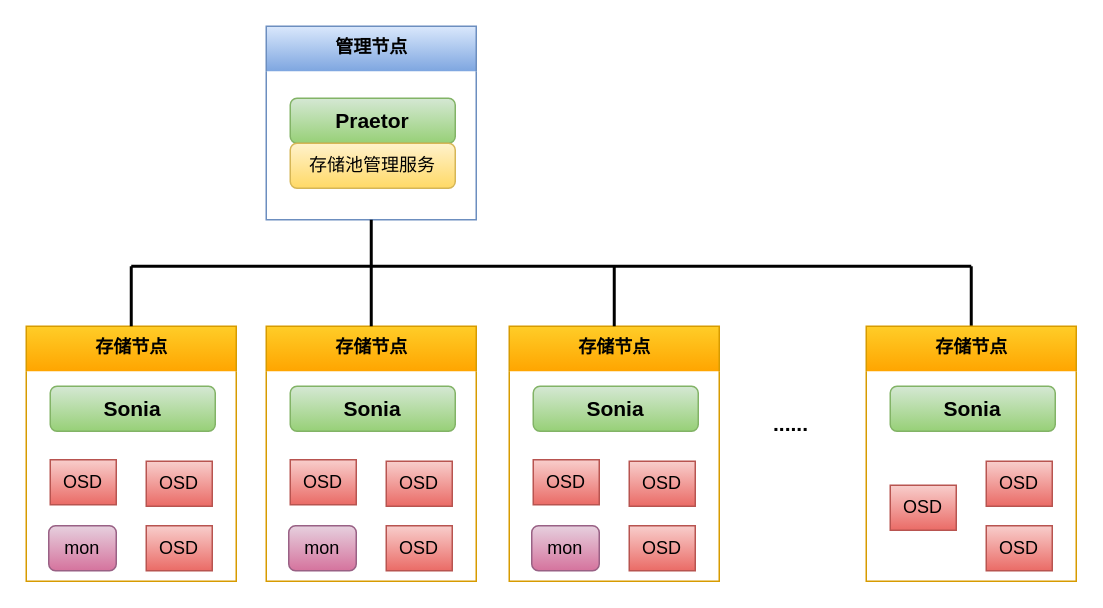
The draw.io diagram architech_12.drawio in snowolfhawk/ceph-scripts, before the edit. Source tidied: cells renumbered, new cells numbered last; positions are measured from the earlier drawing's top-left corner, leaving out a move shared by most shapes. Both pictures are drawn from the tidied source at 150%, with x=0, y=0 at pixel (26, 26).
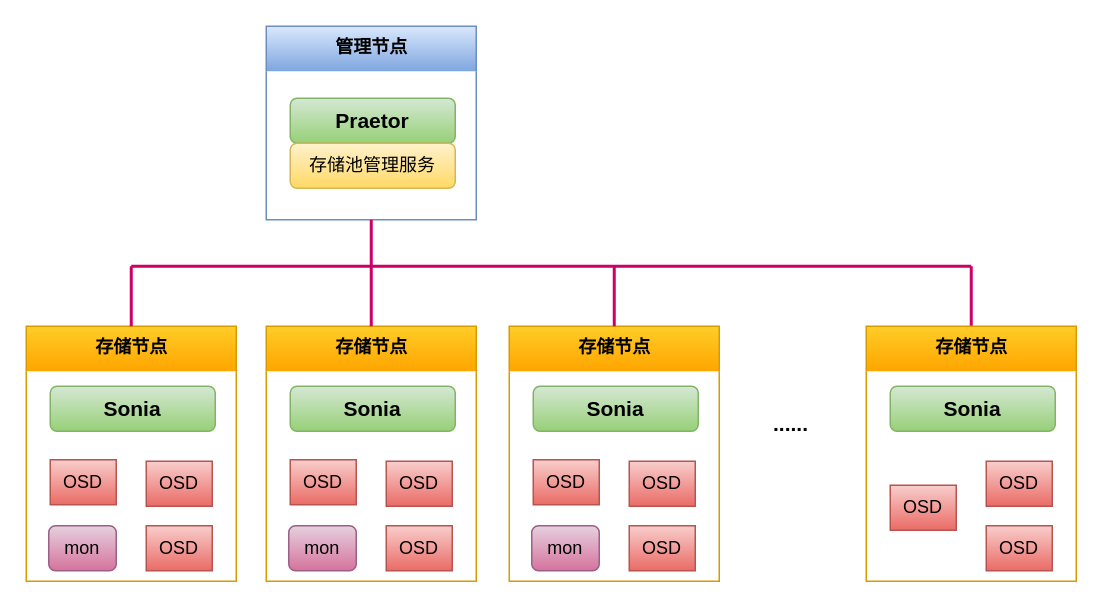
After the change.

Unchanged cells that the change refers to:
```xml
<mxCell id="2" style="group;" parent="1" vertex="1">
  <mxGeometry width="700" height="370" as="geometry" />
</mxCell>
<mxCell id="3" value="管理节点" style="swimlane;fontStyle=1;align=center;verticalAlign=top;horizontal=1;startSize=30;html=1;rounded=0;arcSize=50;fillColor=#dae8fc;strokeColor=#6c8ebf;gradientColor=#7ea6e0;shadow=0;sketch=0;glass=0;swimlaneLine=0;" parent="2" vertex="1">
  <mxGeometry x="160" width="140" height="129" as="geometry" />
</mxCell>
<mxCell id="6" value="存储节点" style="swimlane;fontStyle=1;align=center;verticalAlign=top;horizontal=1;startSize=30;html=1;rounded=0;arcSize=50;fillColor=#ffcd28;strokeColor=#d79b00;gradientColor=#ffa500;shadow=0;sketch=0;glass=0;swimlaneLine=0;" parent="2" vertex="1">
  <mxGeometry y="200" width="140" height="170" as="geometry" />
</mxCell>
<mxCell id="12" value="存储节点" style="swimlane;fontStyle=1;align=center;verticalAlign=top;horizontal=1;startSize=30;html=1;rounded=0;arcSize=50;fillColor=#ffcd28;strokeColor=#d79b00;gradientColor=#ffa500;shadow=0;sketch=0;glass=0;swimlaneLine=0;" parent="2" vertex="1">
  <mxGeometry x="160" y="200" width="140" height="170" as="geometry" />
</mxCell>
<mxCell id="18" value="存储节点" style="swimlane;fontStyle=1;align=center;verticalAlign=top;horizontal=1;startSize=30;html=1;rounded=0;arcSize=50;fillColor=#ffcd28;strokeColor=#d79b00;gradientColor=#ffa500;shadow=0;sketch=0;glass=0;swimlaneLine=0;" parent="2" vertex="1">
  <mxGeometry x="322" y="200" width="140" height="170" as="geometry" />
</mxCell>
<mxCell id="30" value="存储节点" style="swimlane;fontStyle=1;align=center;verticalAlign=top;horizontal=1;startSize=30;html=1;rounded=0;arcSize=50;fillColor=#ffcd28;strokeColor=#d79b00;gradientColor=#ffa500;shadow=0;sketch=0;glass=0;swimlaneLine=0;" parent="2" vertex="1">
  <mxGeometry x="560" y="200" width="140" height="170" as="geometry" />
</mxCell>
```

The edit, as a diff of the source:
```diff
@@
-    <mxCell id="24" style="endArrow=none;html=1;rounded=0;strokeWidth=2;" parent="2" edge="1">
+    <mxCell id="24" style="endArrow=none;html=1;rounded=0;strokeWidth=2;strokeColor=#CC0066;" parent="2" edge="1">
       <mxGeometry relative="1" as="geometry">
         <mxPoint x="70" y="160" as="sourcePoint" />
         <mxPoint x="630" y="160" as="targetPoint" />
       </mxGeometry>
     </mxCell>
-    <mxCell id="25" style="endArrow=none;html=1;rounded=0;strokeWidth=2;exitX=0.5;exitY=0;exitDx=0;exitDy=0;" parent="2" edge="1" source="6">
+    <mxCell id="25" style="endArrow=none;html=1;rounded=0;strokeWidth=2;exitX=0.5;exitY=0;exitDx=0;exitDy=0;strokeColor=#CC0066;" parent="2" edge="1" source="6">
       <mxGeometry relative="1" as="geometry">
         <mxPoint x="70" y="160" as="targetPoint" />
       </mxGeometry>
     </mxCell>
-    <mxCell id="26" style="endArrow=none;html=1;rounded=0;strokeWidth=2;entryX=0.5;entryY=1;entryDx=0;entryDy=0;exitX=0.5;exitY=0;exitDx=0;exitDy=0;" parent="2" edge="1" source="12" target="3">
+    <mxCell id="26" style="endArrow=none;html=1;rounded=0;strokeWidth=2;entryX=0.5;entryY=1;entryDx=0;entryDy=0;exitX=0.5;exitY=0;exitDx=0;exitDy=0;strokeColor=#CC0066;" parent="2" edge="1" source="12" target="3">
       <mxGeometry relative="1" as="geometry" />
     </mxCell>
-    <mxCell id="27" style="endArrow=none;html=1;rounded=0;strokeWidth=2;entryX=0.5;entryY=0;entryDx=0;entryDy=0;" parent="2" edge="1" target="18">
+    <mxCell id="27" style="endArrow=none;html=1;rounded=0;strokeWidth=2;entryX=0.5;entryY=0;entryDx=0;entryDy=0;strokeColor=#CC0066;" parent="2" edge="1" target="18">
       <mxGeometry relative="1" as="geometry">
         <mxPoint x="392" y="160" as="sourcePoint" />
       </mxGeometry>
     </mxCell>
@@
-    <mxCell id="29" style="endArrow=none;html=1;rounded=0;fontSize=14;strokeWidth=2;exitX=0.5;exitY=0;exitDx=0;exitDy=0;" parent="2" edge="1" source="30">
+    <mxCell id="29" style="endArrow=none;html=1;rounded=0;fontSize=14;strokeWidth=2;exitX=0.5;exitY=0;exitDx=0;exitDy=0;strokeColor=#CC0066;" parent="2" edge="1" source="30">
       <mxGeometry relative="1" as="geometry">
         <mxPoint x="630" y="160" as="targetPoint" />
       </mxGeometry>
     </mxCell>
```
